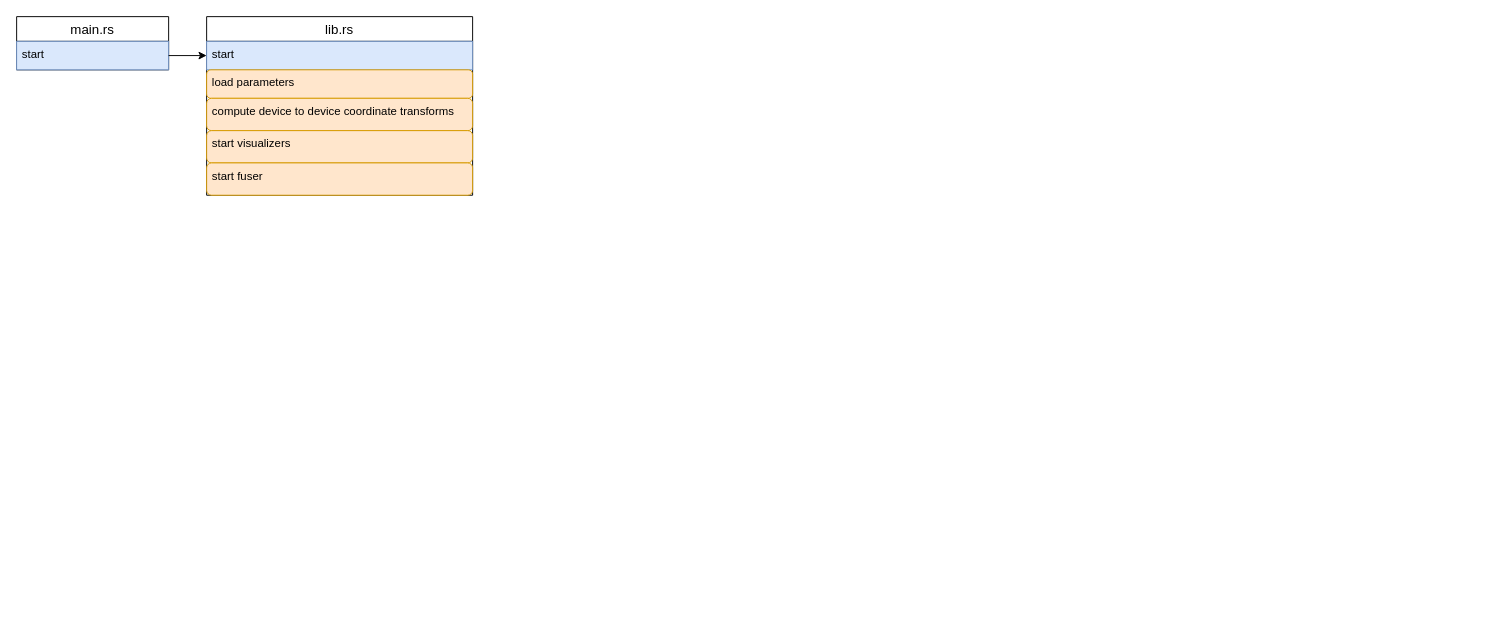
The draw.io diagram sensor_fuse.drawio in YueChuCheng/Wayside_draw, before the edit. Source tidied: cells renumbered, new cells numbered last; positions are measured from the earlier drawing's top-left corner, leaving out a move shared by most shapes. Both pictures are drawn from the tidied source at 95%, with x=0, y=0 at pixel (16, 16).
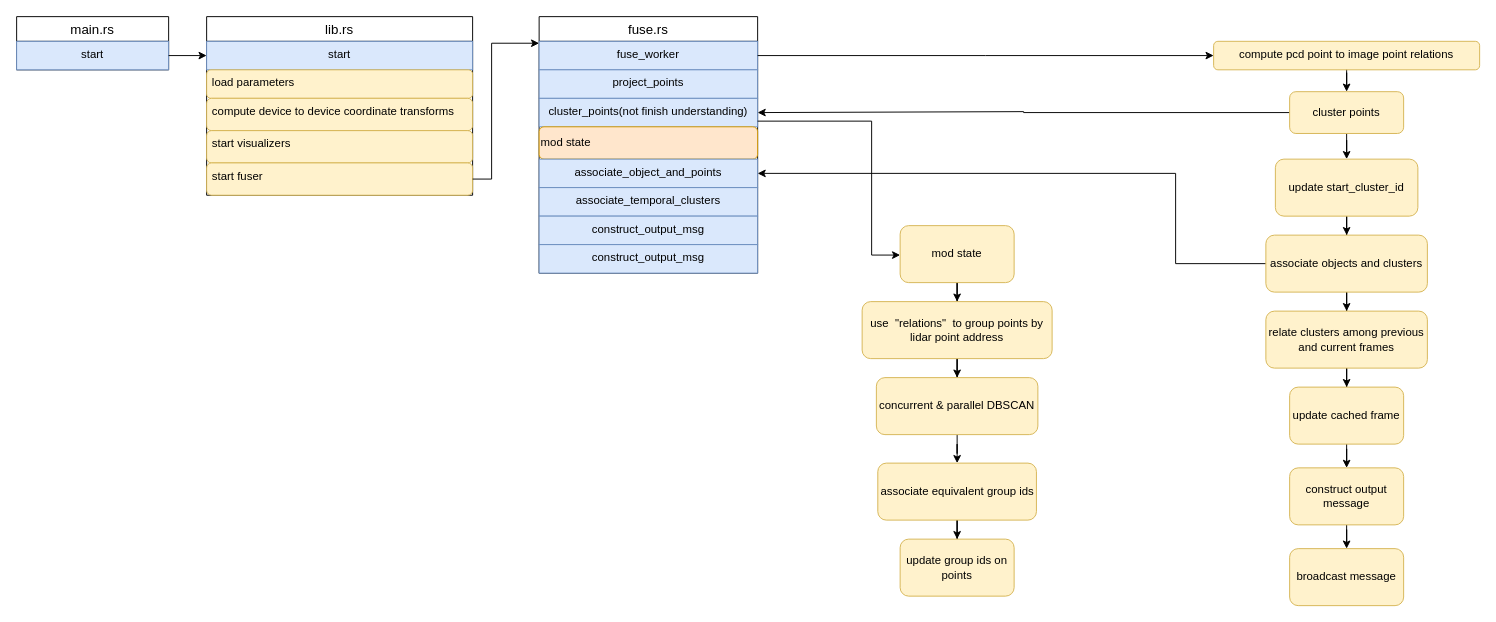
The same page after the edit.

The change refers to these unchanged cells:
```xml
<mxCell id="2" value="main.rs" style="swimlane;fontStyle=0;horizontal=1;startSize=26;align=center;fontSize=14;" parent="1" vertex="1">
  <mxGeometry width="160" height="56" as="geometry" />
</mxCell>
<mxCell id="4" value="lib.rs" style="swimlane;fontStyle=0;horizontal=1;startSize=26;align=center;fontSize=14;" parent="1" vertex="1">
  <mxGeometry x="200" width="280" height="188" as="geometry" />
</mxCell>
```

The edit, as a diff of the source:
```diff
@@
-    <mxCell id="3" value="start&#10;" style="text;strokeColor=#6c8ebf;fillColor=#dae8fc;spacingLeft=4;spacingRight=4;overflow=hidden;points=[[0,0.5],[1,0.5]];portConstraint=eastwest;fontSize=12;" parent="2" vertex="1">
+    <mxCell id="3" value="start&#10;" style="text;strokeColor=#6c8ebf;fillColor=#dae8fc;spacingLeft=4;spacingRight=4;overflow=hidden;points=[[0,0.5],[1,0.5]];portConstraint=eastwest;fontSize=12;align=center;" parent="2" vertex="1">
       <mxGeometry y="26" width="160" height="30" as="geometry" />
     </mxCell>
@@
-    <mxCell id="5" value="start&#10;" style="text;strokeColor=#6c8ebf;fillColor=#dae8fc;spacingLeft=4;spacingRight=4;overflow=hidden;points=[[0,0.5],[1,0.5]];portConstraint=eastwest;fontSize=12;" parent="4" vertex="1">
+    <mxCell id="5" value="start&#10;" style="text;strokeColor=#6c8ebf;fillColor=#dae8fc;spacingLeft=4;spacingRight=4;overflow=hidden;points=[[0,0.5],[1,0.5]];portConstraint=eastwest;fontSize=12;align=center;" parent="4" vertex="1">
       <mxGeometry y="26" width="280" height="30" as="geometry" />
     </mxCell>
-    <mxCell id="6" value="load parameters" style="text;strokeColor=#d79b00;fillColor=#ffe6cc;spacingLeft=4;spacingRight=4;overflow=hidden;fontSize=12;rounded=1;" parent="4" vertex="1">
+    <mxCell id="6" value="load parameters" style="text;strokeColor=#d6b656;fillColor=#fff2cc;spacingLeft=4;spacingRight=4;overflow=hidden;fontSize=12;rounded=1;" parent="4" vertex="1">
       <mxGeometry y="56" width="280" height="30" as="geometry" />
     </mxCell>
-    <mxCell id="7" value="compute device to device coordinate transforms" style="text;strokeColor=#d79b00;fillColor=#ffe6cc;spacingLeft=4;spacingRight=4;overflow=hidden;fontSize=12;rounded=1;" parent="4" vertex="1">
+    <mxCell id="7" value="compute device to device coordinate transforms" style="text;strokeColor=#d6b656;fillColor=#fff2cc;spacingLeft=4;spacingRight=4;overflow=hidden;fontSize=12;rounded=1;" parent="4" vertex="1">
       <mxGeometry y="86" width="280" height="34" as="geometry" />
     </mxCell>
-    <mxCell id="8" value="start visualizers" style="text;strokeColor=#d79b00;fillColor=#ffe6cc;spacingLeft=4;spacingRight=4;overflow=hidden;fontSize=12;rounded=1;" parent="4" vertex="1">
+    <mxCell id="8" value="start visualizers" style="text;strokeColor=#d6b656;fillColor=#fff2cc;spacingLeft=4;spacingRight=4;overflow=hidden;fontSize=12;rounded=1;" parent="4" vertex="1">
       <mxGeometry y="120" width="280" height="34" as="geometry" />
     </mxCell>
-    <mxCell id="9" value="start fuser" style="text;strokeColor=#d79b00;fillColor=#ffe6cc;spacingLeft=4;spacingRight=4;overflow=hidden;points=[[0,0.5],[1,0.5]];portConstraint=eastwest;fontSize=12;rounded=1;" parent="4" vertex="1">
+    <mxCell id="9" value="start fuser" style="text;strokeColor=#d6b656;fillColor=#fff2cc;spacingLeft=4;spacingRight=4;overflow=hidden;points=[[0,0.5],[1,0.5]];portConstraint=eastwest;fontSize=12;rounded=1;" parent="4" vertex="1">
       <mxGeometry y="154" width="280" height="34" as="geometry" />
     </mxCell>
@@
+    <mxCell id="11" value="fuse.rs" style="swimlane;fontStyle=0;horizontal=1;startSize=26;align=center;fontSize=14;" parent="1" vertex="1">
+      <mxGeometry x="550" width="230" height="270" as="geometry" />
+    </mxCell>
+    <mxCell id="12" value="fuse_worker" style="text;strokeColor=#6c8ebf;fillColor=#dae8fc;spacingLeft=4;spacingRight=4;overflow=hidden;points=[[0,0.5],[1,0.5]];portConstraint=eastwest;fontSize=12;align=center;" parent="11" vertex="1">
+      <mxGeometry y="26" width="230" height="30" as="geometry" />
+    </mxCell>
+    <mxCell id="13" value="project_points" style="text;strokeColor=#6c8ebf;fillColor=#dae8fc;spacingLeft=4;spacingRight=4;overflow=hidden;fontSize=12;align=center;" parent="11" vertex="1">
+      <mxGeometry y="56" width="230" height="30" as="geometry" />
+    </mxCell>
+    <mxCell id="14" value="cluster_points(not finish understanding)" style="text;strokeColor=#6c8ebf;fillColor=#dae8fc;spacingLeft=4;spacingRight=4;overflow=hidden;points=[[0,0.5],[1,0.5]];portConstraint=eastwest;fontSize=12;align=center;" parent="11" vertex="1">
+      <mxGeometry y="86" width="230" height="30" as="geometry" />
+    </mxCell>
+    <mxCell id="15" value="&lt;span style=&quot;&quot;&gt;mod state&lt;/span&gt;" style="rounded=1;whiteSpace=wrap;html=1;fillColor=#ffe6cc;strokeColor=#d79b00;align=left;" parent="11" vertex="1">
+      <mxGeometry y="116" width="230" height="34" as="geometry" />
+    </mxCell>
+    <mxCell id="16" value="associate_object_and_points" style="text;strokeColor=#6c8ebf;fillColor=#dae8fc;spacingLeft=4;spacingRight=4;overflow=hidden;points=[[0,0.5],[1,0.5]];portConstraint=eastwest;fontSize=12;align=center;" parent="11" vertex="1">
+      <mxGeometry y="150" width="230" height="30" as="geometry" />
+    </mxCell>
+    <mxCell id="17" value="associate_temporal_clusters" style="text;strokeColor=#6c8ebf;fillColor=#dae8fc;spacingLeft=4;spacingRight=4;overflow=hidden;fontSize=12;align=center;" parent="11" vertex="1">
+      <mxGeometry y="180" width="230" height="30" as="geometry" />
+    </mxCell>
+    <mxCell id="18" value="construct_output_msg" style="text;strokeColor=#6c8ebf;fillColor=#dae8fc;spacingLeft=4;spacingRight=4;overflow=hidden;fontSize=12;align=center;" parent="11" vertex="1">
+      <mxGeometry y="210" width="230" height="30" as="geometry" />
+    </mxCell>
+    <mxCell id="19" value="construct_output_msg" style="text;strokeColor=#6c8ebf;fillColor=#dae8fc;spacingLeft=4;spacingRight=4;overflow=hidden;fontSize=12;align=center;" parent="11" vertex="1">
+      <mxGeometry y="240" width="230" height="30" as="geometry" />
+    </mxCell>
+    <mxCell id="20" style="edgeStyle=orthogonalEdgeStyle;rounded=0;jettySize=auto;html=1;" parent="1" edge="1" source="9" target="11">
+      <mxGeometry relative="1" as="geometry">
+        <Array as="points">
+          <mxPoint x="500" y="171" />
+          <mxPoint x="500" y="28" />
+        </Array>
+      </mxGeometry>
+    </mxCell>
+    <mxCell id="21" style="edgeStyle=orthogonalEdgeStyle;rounded=0;jettySize=auto;html=1;exitX=0.5;exitY=0.967;exitDx=0;exitDy=0;exitPerimeter=0;fillColor=#fff2cc;" parent="1" edge="1" source="22" target="36">
+      <mxGeometry relative="1" as="geometry" />
+    </mxCell>
+    <mxCell id="22" value="compute pcd point to image point relations" style="text;strokeColor=#d6b656;fillColor=#fff2cc;spacingLeft=4;spacingRight=4;overflow=hidden;points=[[0,0.5],[1,0.5]];portConstraint=eastwest;fontSize=12;rounded=1;align=center;" parent="1" vertex="1">
+      <mxGeometry x="1260" y="26" width="280" height="30" as="geometry" />
+    </mxCell>
+    <mxCell id="23" style="edgeStyle=orthogonalEdgeStyle;rounded=0;jettySize=auto;html=1;" parent="1" edge="1" source="12" target="22">
+      <mxGeometry relative="1" as="geometry">
+        <Array as="points">
+          <mxPoint x="1020" y="41" />
+        </Array>
+      </mxGeometry>
+    </mxCell>
+    <mxCell id="24" style="edgeStyle=orthogonalEdgeStyle;rounded=0;jettySize=auto;html=1;" parent="1" edge="1" source="14" target="26">
+      <mxGeometry relative="1" as="geometry">
+        <Array as="points">
+          <mxPoint x="900" y="110" />
+          <mxPoint x="900" y="251" />
+        </Array>
+      </mxGeometry>
+    </mxCell>
+    <mxCell id="25" style="edgeStyle=orthogonalEdgeStyle;rounded=0;jettySize=auto;html=1;fillColor=#fff2cc;" parent="1" edge="1" source="26" target="28">
+      <mxGeometry relative="1" as="geometry" />
+    </mxCell>
+    <mxCell id="26" value="&lt;span style=&quot;text-align: left&quot;&gt;mod state&lt;/span&gt;" style="rounded=1;whiteSpace=wrap;html=1;fillColor=#fff2cc;strokeColor=#d6b656;" parent="1" vertex="1">
+      <mxGeometry x="930" y="220" width="120" height="60" as="geometry" />
+    </mxCell>
+    <mxCell id="27" style="edgeStyle=orthogonalEdgeStyle;rounded=0;jettySize=auto;html=1;strokeColor=#000000;" parent="1" edge="1" source="28" target="30">
+      <mxGeometry relative="1" as="geometry" />
+    </mxCell>
+    <mxCell id="28" value="use&amp;nbsp; &quot;relations&quot;&amp;nbsp; to group points by lidar point address" style="whiteSpace=wrap;html=1;rounded=1;strokeColor=#d6b656;fillColor=#fff2cc;" parent="1" vertex="1">
+      <mxGeometry x="890" y="300" width="200" height="60" as="geometry" />
+    </mxCell>
+    <mxCell id="29" style="edgeStyle=orthogonalEdgeStyle;rounded=0;jettySize=auto;html=1;strokeColor=#000000;" parent="1" edge="1" source="30" target="32">
+      <mxGeometry relative="1" as="geometry" />
+    </mxCell>
+    <mxCell id="30" value="concurrent &amp;amp; parallel DBSCAN" style="whiteSpace=wrap;html=1;rounded=1;strokeColor=#d6b656;fillColor=#fff2cc;" parent="1" vertex="1">
+      <mxGeometry x="905" y="380" width="170" height="60" as="geometry" />
+    </mxCell>
+    <mxCell id="31" style="edgeStyle=orthogonalEdgeStyle;rounded=0;jettySize=auto;html=1;strokeColor=#000000;" parent="1" edge="1" source="32" target="33">
+      <mxGeometry relative="1" as="geometry" />
+    </mxCell>
+    <mxCell id="32" value="associate equivalent group ids" style="whiteSpace=wrap;html=1;rounded=1;strokeColor=#d6b656;fillColor=#fff2cc;" parent="1" vertex="1">
+      <mxGeometry x="906.5" y="470" width="167" height="60" as="geometry" />
+    </mxCell>
+    <mxCell id="33" value="update group ids on points" style="whiteSpace=wrap;html=1;rounded=1;strokeColor=#d6b656;fillColor=#fff2cc;" parent="1" vertex="1">
+      <mxGeometry x="930" y="550" width="120" height="60" as="geometry" />
+    </mxCell>
+    <mxCell id="34" style="edgeStyle=orthogonalEdgeStyle;rounded=0;jettySize=auto;html=1;strokeColor=#000000;" parent="1" edge="1" source="36" target="38">
+      <mxGeometry relative="1" as="geometry" />
+    </mxCell>
+    <mxCell id="35" style="edgeStyle=orthogonalEdgeStyle;rounded=0;jettySize=auto;html=1;entryX=1;entryY=0.5;entryDx=0;entryDy=0;strokeColor=#000000;exitX=0;exitY=0.5;exitDx=0;exitDy=0;" parent="1" edge="1" source="36" target="14">
+      <mxGeometry relative="1" as="geometry">
+        <Array as="points">
+          <mxPoint x="1060" y="101" />
+          <mxPoint x="780" y="100" />
+        </Array>
+      </mxGeometry>
+    </mxCell>
+    <mxCell id="36" value="cluster&amp;nbsp;points" style="rounded=1;whiteSpace=wrap;html=1;align=center;fillColor=#fff2cc;strokeColor=#d6b656;" parent="1" vertex="1">
+      <mxGeometry x="1340" y="79" width="120" height="44" as="geometry" />
+    </mxCell>
+    <mxCell id="37" style="edgeStyle=orthogonalEdgeStyle;rounded=0;jettySize=auto;html=1;strokeColor=#000000;" parent="1" edge="1" source="38" target="41">
+      <mxGeometry relative="1" as="geometry" />
+    </mxCell>
+    <mxCell id="38" value="update start_cluster_id" style="whiteSpace=wrap;html=1;rounded=1;strokeColor=#d6b656;fillColor=#fff2cc;" parent="1" vertex="1">
+      <mxGeometry x="1325" y="150" width="150" height="60" as="geometry" />
+    </mxCell>
+    <mxCell id="39" style="edgeStyle=orthogonalEdgeStyle;rounded=0;jettySize=auto;html=1;entryX=1;entryY=0.5;entryDx=0;entryDy=0;strokeColor=#000000;" parent="1" edge="1" source="41" target="16">
+      <mxGeometry relative="1" as="geometry">
+        <Array as="points">
+          <mxPoint x="1220" y="260" />
+          <mxPoint x="1220" y="165" />
+        </Array>
+      </mxGeometry>
+    </mxCell>
+    <mxCell id="40" style="edgeStyle=orthogonalEdgeStyle;rounded=0;jettySize=auto;html=1;strokeColor=#000000;" parent="1" edge="1" source="41" target="43">
+      <mxGeometry relative="1" as="geometry" />
+    </mxCell>
+    <mxCell id="41" value="associate objects and clusters" style="whiteSpace=wrap;html=1;rounded=1;strokeColor=#d6b656;fillColor=#fff2cc;" parent="1" vertex="1">
+      <mxGeometry x="1315" y="230" width="170" height="60" as="geometry" />
+    </mxCell>
+    <mxCell id="42" style="edgeStyle=orthogonalEdgeStyle;rounded=0;jettySize=auto;html=1;strokeColor=#000000;" parent="1" edge="1" source="43" target="45">
+      <mxGeometry relative="1" as="geometry" />
+    </mxCell>
+    <mxCell id="43" value="relate clusters among previous and current frames" style="whiteSpace=wrap;html=1;rounded=1;strokeColor=#d6b656;fillColor=#fff2cc;" parent="1" vertex="1">
+      <mxGeometry x="1315" y="310" width="170" height="60" as="geometry" />
+    </mxCell>
+    <mxCell id="44" style="edgeStyle=orthogonalEdgeStyle;rounded=0;jettySize=auto;html=1;strokeColor=#000000;" parent="1" edge="1" source="45" target="47">
+      <mxGeometry relative="1" as="geometry" />
+    </mxCell>
+    <mxCell id="45" value="update cached frame" style="whiteSpace=wrap;html=1;rounded=1;strokeColor=#d6b656;fillColor=#fff2cc;" parent="1" vertex="1">
+      <mxGeometry x="1340" y="390" width="120" height="60" as="geometry" />
+    </mxCell>
+    <mxCell id="46" style="edgeStyle=orthogonalEdgeStyle;rounded=0;jettySize=auto;html=1;strokeColor=#000000;" parent="1" edge="1" source="47" target="48">
+      <mxGeometry relative="1" as="geometry" />
+    </mxCell>
+    <mxCell id="47" value="construct output message" style="whiteSpace=wrap;html=1;rounded=1;strokeColor=#d6b656;fillColor=#fff2cc;" parent="1" vertex="1">
+      <mxGeometry x="1340" y="475" width="120" height="60" as="geometry" />
+    </mxCell>
+    <mxCell id="48" value="broadcast message" style="whiteSpace=wrap;html=1;rounded=1;strokeColor=#d6b656;fillColor=#fff2cc;" parent="1" vertex="1">
+      <mxGeometry x="1340" y="560" width="120" height="60" as="geometry" />
+    </mxCell>
```
